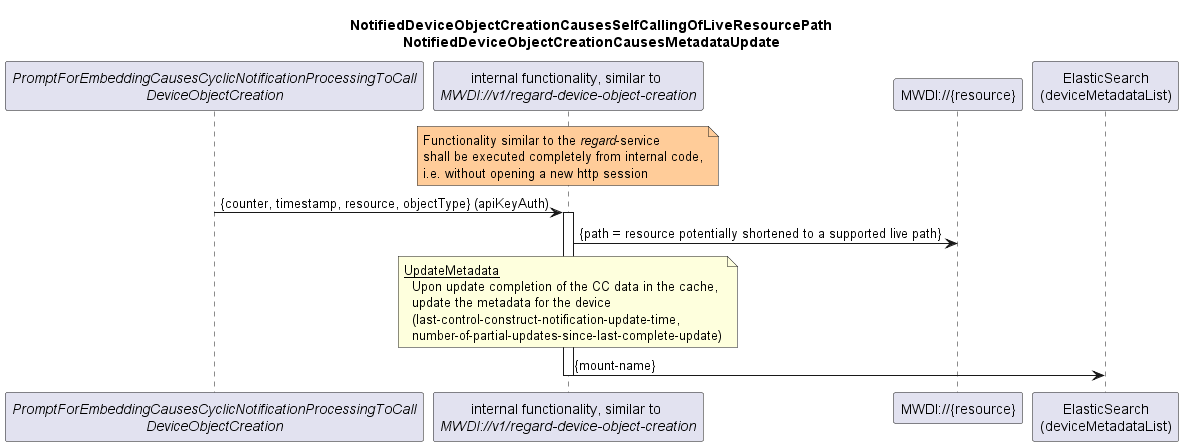
openBackhaul/MicroWaveDeviceInventory keeps this PlantUML diagram as spec/diagrams/024_NotificationBasedObjectCreation.png. Above is the earlier version.
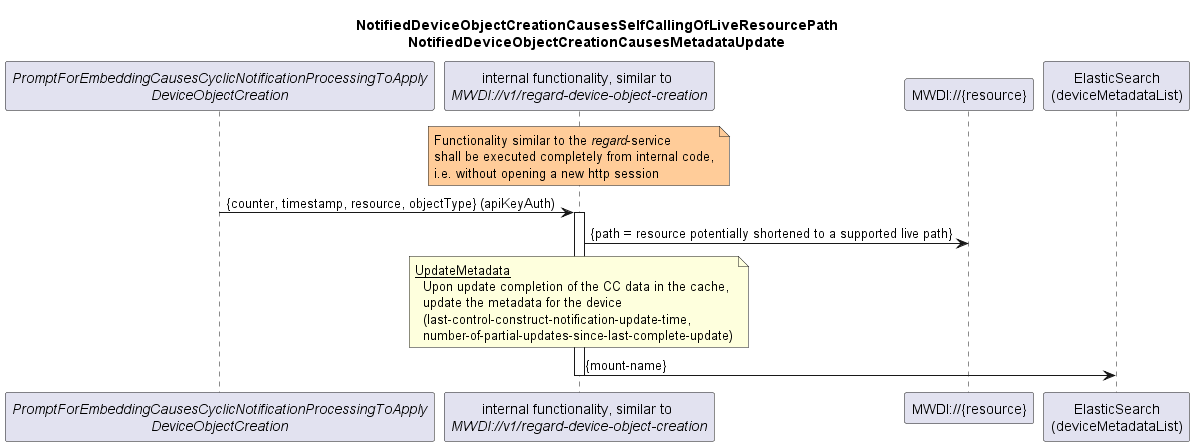
Above is the later version.

Diff of the diagram source:
```diff
@@ -6,7 +6,7 @@
   NotifiedDeviceObjectCreationCausesMetadataUpdate
 end title
 
-participant "<i>PromptForEmbeddingCausesCyclicNotificationProcessingToCall</i>\n<i>DeviceObjectCreation</i>" as init
+participant "<i>PromptForEmbeddingCausesCyclicNotificationProcessingToApply</i>\n<i>DeviceObjectCreation</i>" as init
 participant "internal functionality, similar to \n<i>MWDI://v1/regard-device-object-creation</i>" as regardObjectCreation
 participant "MWDI://{resource}" as odlCreatedObject
 participant "ElasticSearch\n(deviceMetadataList)" as es
```
